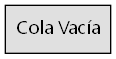
This is cola_turnos.png from julioalvarado202307764/IPC2_Practica2_202307764, a Graphviz export, as it was before one commit. Its source is kept beside it as cola_turnos.dot.
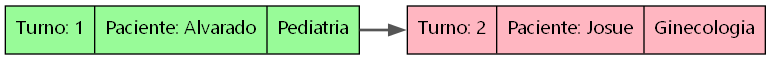
After the change.

The edit, as a diff of the source:
```diff
@@ -1,5 +1,7 @@
 digraph G {
   rankdir=LR;
   node [shape=record, style=filled, fontname="Segoe UI"];
-  Vacia [label="Cola Vacía", shape=box, fillcolor="#e0e0e0"];
+  nodo0 [label="{ Turno: 1 | Paciente: Alvarado | Pediatria }", fillcolor="#98fb98"];
+  nodo1 [label="{ Turno: 2 | Paciente: Josue | Ginecologia }", fillcolor="#ffb6c1"];
+  nodo0 -> nodo1 [color="#555555", penwidth=2.0];
 }
```
